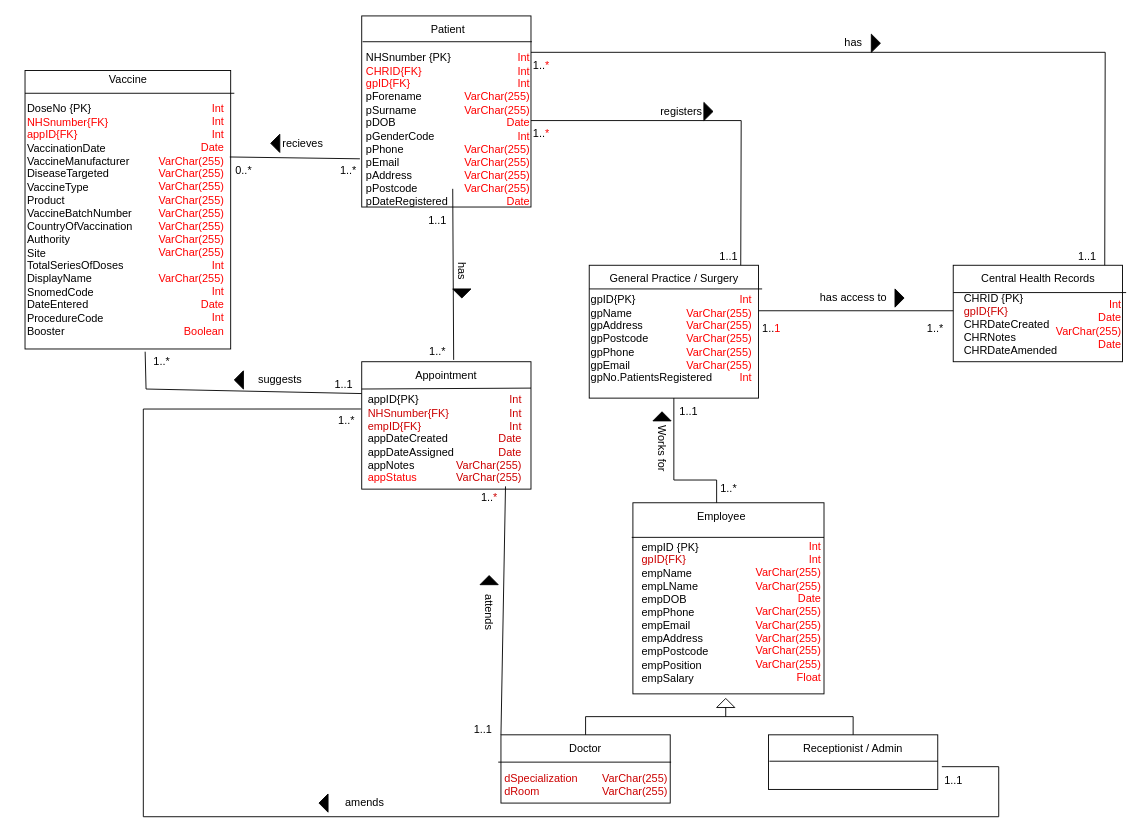
This is Logical-ERD-Diagram.drawio from JManikiza/SoftwareDevelopment-Group-E-Project, a draw.io file, before an edit. Source tidied: cells renumbered, new cells numbered last; positions are measured from the earlier drawing's top-left corner, leaving out a move shared by most shapes. Both pictures are drawn from the tidied source at 91%, with x=0, y=0 at pixel (15, 15).
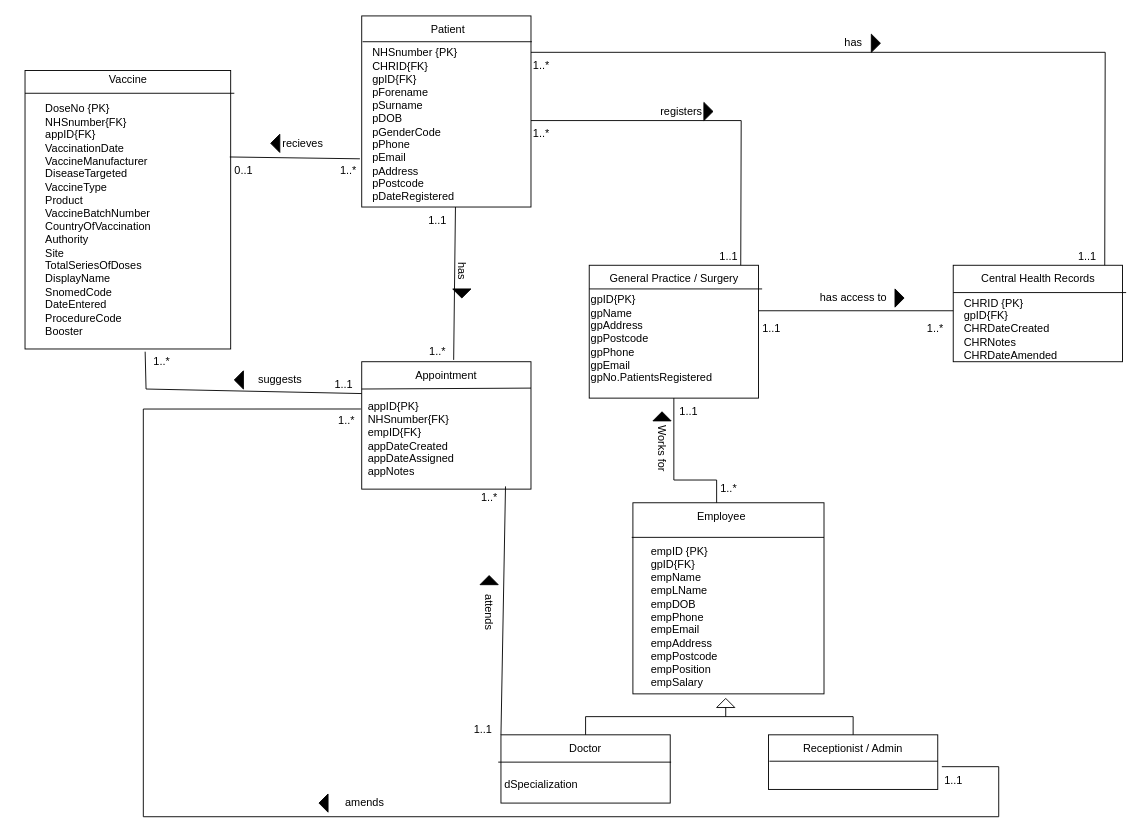
After the change.

Unchanged cells that the change refers to:
```xml
<mxCell id="19" value="Appointment" style="text;html=1;strokeColor=none;fillColor=none;align=center;verticalAlign=middle;whiteSpace=wrap;rounded=0;" parent="1" vertex="1">
  <mxGeometry x="413" y="380" width="120" height="30" as="geometry" />
</mxCell>
<mxCell id="46" value="1..1" style="text;html=1;align=center;verticalAlign=middle;points=[];strokeColor=none;fillColor=none;" parent="1" vertex="1">
  <mxGeometry x="443" y="210" width="40" height="30" as="geometry" />
</mxCell>
```

What changed in the source:
```diff
@@
-    <mxCell id="22" value="1..&lt;font color=&quot;#FF0000&quot;&gt;1&lt;/font&gt;" style="text;html=1;align=center;verticalAlign=middle;strokeColor=none;fillColor=none;" parent="1" vertex="1">
+    <mxCell id="22" value="1..1" style="text;html=1;align=center;verticalAlign=middle;strokeColor=none;fillColor=none;" parent="1" vertex="1">
       <mxGeometry x="810" y="329" width="40" height="30" as="geometry" />
     </mxCell>
@@
-    <mxCell id="24" style="endArrow=none;html=1;rounded=0;entryX=0.567;entryY=-0.067;entryDx=0;entryDy=0;entryPerimeter=0;endFill=0;" parent="1" edge="1" target="19">
-      <mxGeometry relative="1" as="geometry">
-        <mxPoint x="480" y="190" as="sourcePoint" />
-      </mxGeometry>
+    <mxCell id="24" style="endArrow=none;html=1;rounded=0;entryX=0.567;entryY=-0.067;entryDx=0;entryDy=0;entryPerimeter=0;endFill=0;exitX=1;exitY=0;exitDx=0;exitDy=0;exitPerimeter=0;" parent="1" edge="1" source="46" target="19">
+      <mxGeometry relative="1" as="geometry" />
     </mxCell>
@@
-    <mxCell id="34" value="1..&lt;font color=&quot;#CC0000&quot;&gt;*&lt;/font&gt;" style="text;html=1;align=center;verticalAlign=middle;points=[];strokeColor=none;fillColor=none;" parent="1" vertex="1">
+    <mxCell id="34" value="1..*" style="text;html=1;align=center;verticalAlign=middle;points=[];strokeColor=none;fillColor=none;" parent="1" vertex="1">
       <mxGeometry x="500" y="515" width="40" height="30" as="geometry" />
     </mxCell>
@@
-    <mxCell id="40" value="1..&lt;font color=&quot;#FF0000&quot;&gt;*&lt;/font&gt;" style="text;html=1;align=center;verticalAlign=middle;strokeColor=none;fillColor=none;" parent="1" vertex="1">
+    <mxCell id="40" value="1..*" style="text;html=1;align=center;verticalAlign=middle;strokeColor=none;fillColor=none;" parent="1" vertex="1">
       <mxGeometry x="556.5" y="40" width="40" height="30" as="geometry" />
     </mxCell>
@@
-    <mxCell id="42" value="&lt;div&gt;NHSnumber {PK}&lt;/div&gt;&lt;div&gt;&lt;font color=&quot;#FF0000&quot;&gt;CHRID{FK}&lt;/font&gt;&lt;/div&gt;&lt;div&gt;&lt;font color=&quot;#FF0000&quot;&gt;gpID{FK}&lt;/font&gt;&lt;br&gt;&lt;/div&gt;&lt;div&gt;pForename&lt;/div&gt;&lt;div&gt;pSurname&lt;/div&gt;&lt;div&gt;pDOB&lt;br&gt;&lt;/div&gt;&lt;div&gt;pGenderCode&lt;br style=&quot;border-color: var(--border-color);&quot;&gt;&lt;/div&gt;&lt;div&gt;pPhone&lt;br&gt;pEmail&lt;br&gt;pAddress&lt;/div&gt;&lt;div&gt;pPostcode&lt;/div&gt;&lt;div&gt;pDateRegistered&lt;br&gt;&lt;/div&gt;" style="text;html=1;strokeColor=none;fillColor=none;align=left;verticalAlign=middle;whiteSpace=wrap;rounded=0;" parent="1" vertex="1">
-      <mxGeometry x="383" y="90" width="100" height="70" as="geometry" />
+    <mxCell id="42" value="&lt;div&gt;NHSnumber {PK}&lt;/div&gt;&lt;div&gt;CHRID{FK}&lt;/div&gt;&lt;div&gt;gpID{FK}&lt;br&gt;&lt;/div&gt;&lt;div&gt;pForename&lt;/div&gt;&lt;div&gt;pSurname&lt;/div&gt;&lt;div&gt;pDOB&lt;br&gt;&lt;/div&gt;&lt;div&gt;pGenderCode&lt;br style=&quot;border-color: var(--border-color);&quot;&gt;&lt;/div&gt;&lt;div&gt;pPhone&lt;br&gt;pEmail&lt;br&gt;pAddress&lt;/div&gt;&lt;div&gt;pPostcode&lt;/div&gt;&lt;div&gt;pDateRegistered&lt;br&gt;&lt;/div&gt;" style="text;html=1;strokeColor=none;fillColor=none;align=left;verticalAlign=middle;whiteSpace=wrap;rounded=0;" parent="1" vertex="1">
+      <mxGeometry x="390" y="85" width="100" height="70" as="geometry" />
     </mxCell>
-    <mxCell id="43" value="&lt;div&gt;CHRID {PK}&lt;/div&gt;&lt;div&gt;&lt;font color=&quot;#CC0000&quot;&gt;gpID{FK}&lt;/font&gt;&lt;br&gt;&lt;/div&gt;&lt;div&gt;CHRDateCreated&lt;/div&gt;CHRNotes&lt;br&gt;CHRDateAmended" style="text;html=1;align=left;verticalAlign=middle;strokeColor=none;fillColor=none;" parent="1" vertex="1">
-      <mxGeometry x="1040" y="294" width="130" height="90" as="geometry" />
+    <mxCell id="43" value="&lt;div&gt;CHRID {PK}&lt;/div&gt;&lt;div&gt;gpID{FK}&lt;br&gt;&lt;/div&gt;&lt;div&gt;CHRDateCreated&lt;/div&gt;CHRNotes&lt;br&gt;CHRDateAmended" style="text;html=1;align=left;verticalAlign=middle;strokeColor=none;fillColor=none;" parent="1" vertex="1">
+      <mxGeometry x="1040" y="299" width="130" height="90" as="geometry" />
     </mxCell>
-    <mxCell id="44" value="&lt;div align=&quot;left&quot;&gt;appID{PK}&lt;/div&gt;&lt;div align=&quot;left&quot;&gt;&lt;font color=&quot;#CC0000&quot;&gt;NHSnumber{FK}&lt;br&gt;&lt;/font&gt;&lt;/div&gt;&lt;div align=&quot;left&quot;&gt;&lt;font color=&quot;#CC0000&quot;&gt;empID{FK}&lt;/font&gt;&lt;br&gt;&lt;/div&gt;&lt;div align=&quot;left&quot;&gt;appDateCreated&lt;br&gt;appDateAssigned&lt;/div&gt;&lt;div align=&quot;left&quot;&gt;appNotes&lt;/div&gt;&lt;div align=&quot;left&quot;&gt;&lt;font color=&quot;#FF0000&quot;&gt;appStatus&lt;/font&gt;&lt;br&gt;&lt;/div&gt;" style="text;html=1;align=left;verticalAlign=middle;strokeColor=none;fillColor=none;" parent="1" vertex="1">
-      <mxGeometry x="385" y="410" width="120" height="110" as="geometry" />
+    <mxCell id="44" value="&lt;div align=&quot;left&quot;&gt;appID{PK}&lt;/div&gt;&lt;div align=&quot;left&quot;&gt;NHSnumber{FK}&lt;br&gt;&lt;/div&gt;&lt;div align=&quot;left&quot;&gt;empID{FK}&lt;br&gt;&lt;/div&gt;&lt;div align=&quot;left&quot;&gt;appDateCreated&lt;br&gt;appDateAssigned&lt;/div&gt;&lt;div align=&quot;left&quot;&gt;appNotes&lt;/div&gt;" style="text;html=1;align=left;verticalAlign=middle;strokeColor=none;fillColor=none;" parent="1" vertex="1">
+      <mxGeometry x="385" y="415" width="120" height="100" as="geometry" />
     </mxCell>
@@
-    <mxCell id="52" value="1..&lt;font color=&quot;#FF0000&quot;&gt;*&lt;/font&gt;" style="text;html=1;align=center;verticalAlign=middle;strokeColor=none;fillColor=none;" parent="1" vertex="1">
+    <mxCell id="52" value="1..*" style="text;html=1;align=center;verticalAlign=middle;strokeColor=none;fillColor=none;" parent="1" vertex="1">
       <mxGeometry x="556.5" y="115" width="40" height="30" as="geometry" />
     </mxCell>
@@
-    <mxCell id="61" value="&lt;div&gt;&lt;span style=&quot;background-color: initial;&quot;&gt;&lt;br&gt;&lt;/span&gt;&lt;/div&gt;&lt;div align=&quot;left&quot;&gt;&lt;span style=&quot;background-color: initial;&quot;&gt;&lt;br&gt;&lt;/span&gt;&lt;/div&gt;&lt;div align=&quot;left&quot;&gt;&lt;span style=&quot;background-color: initial;&quot;&gt;DoseNo {PK}&amp;nbsp;&amp;nbsp;&amp;nbsp;&amp;nbsp; &lt;br&gt;&lt;/span&gt;&lt;/div&gt;&lt;div align=&quot;left&quot;&gt;&lt;font color=&quot;#FF0000&quot;&gt;&lt;span style=&quot;background-color: initial;&quot;&gt;NHSnumber{FK}&lt;/span&gt;&lt;/font&gt;&lt;/div&gt;&lt;div align=&quot;left&quot;&gt;&lt;span style=&quot;background-color: initial;&quot;&gt;&lt;font color=&quot;#FF0000&quot;&gt;appID{FK}&lt;/font&gt;&lt;br&gt;&lt;/span&gt;&lt;/div&gt;&lt;div align=&quot;left&quot;&gt;&lt;span style=&quot;background-color: initial;&quot;&gt;VaccinationDate&lt;/span&gt;&lt;br&gt;&lt;/div&gt;&lt;div align=&quot;left&quot;&gt;&lt;span style=&quot;background-color: initial;&quot;&gt;VaccineManufacturer&lt;/span&gt;&lt;/div&gt;&lt;div align=&quot;left&quot;&gt;&lt;span style=&quot;background-color: initial;&quot;&gt;DiseaseTargeted&lt;/span&gt;&lt;/div&gt;&lt;div align=&quot;left&quot;&gt;&lt;span style=&quot;background-color: initial;&quot;&gt;VaccineType&lt;/span&gt;&lt;/div&gt;&lt;div align=&quot;left&quot;&gt;&lt;span style=&quot;background-color: initial;&quot;&gt;Product&amp;nbsp;&lt;/span&gt;&lt;/div&gt;&lt;div align=&quot;left&quot;&gt;&lt;span style=&quot;background-color: initial;&quot;&gt;VaccineBatchNumber&lt;/span&gt;&lt;/div&gt;&lt;div align=&quot;left&quot;&gt;&lt;span style=&quot;background-color: initial;&quot;&gt;CountryOfVaccination&lt;/span&gt;&lt;/div&gt;&lt;div align=&quot;left&quot;&gt;&lt;span style=&quot;background-color: initial;&quot;&gt;Authority&lt;/span&gt;&lt;/div&gt;&lt;div align=&quot;left&quot;&gt;&lt;span style=&quot;background-color: initial;&quot;&gt;Site&lt;/span&gt;&lt;/div&gt;&lt;div align=&quot;left&quot;&gt;&lt;span style=&quot;background-color: initial;&quot;&gt;TotalSeriesOfDoses&lt;/span&gt;&lt;/div&gt;&lt;div align=&quot;left&quot;&gt;&lt;span style=&quot;background-color: initial;&quot;&gt;DisplayName&lt;/span&gt;&lt;/div&gt;&lt;div align=&quot;left&quot;&gt;&lt;span style=&quot;background-color: initial;&quot;&gt;SnomedCode&lt;/span&gt;&lt;/div&gt;&lt;div align=&quot;left&quot;&gt;&lt;span style=&quot;background-color: initial;&quot;&gt;DateEntered&lt;/span&gt;&lt;/div&gt;&lt;div align=&quot;left&quot;&gt;&lt;span style=&quot;background-color: initial;&quot;&gt;ProcedureCode&lt;/span&gt;&lt;/div&gt;&lt;div align=&quot;left&quot;&gt;&lt;span style=&quot;background-color: initial;&quot;&gt;Booster&lt;/span&gt;&lt;/div&gt;" style="text;html=1;align=center;verticalAlign=middle;strokeColor=none;fillColor=none;" parent="1" vertex="1">
-      <mxGeometry y="60" width="140" height="300" as="geometry" />
+    <mxCell id="61" value="&lt;div&gt;&lt;span style=&quot;background-color: initial;&quot;&gt;&lt;br&gt;&lt;/span&gt;&lt;/div&gt;&lt;div align=&quot;left&quot;&gt;&lt;span style=&quot;background-color: initial;&quot;&gt;&lt;br&gt;&lt;/span&gt;&lt;/div&gt;&lt;div align=&quot;left&quot;&gt;&lt;span style=&quot;background-color: initial;&quot;&gt;DoseNo {PK}&amp;nbsp;&amp;nbsp;&amp;nbsp;&amp;nbsp; &lt;br&gt;&lt;/span&gt;&lt;/div&gt;&lt;div align=&quot;left&quot;&gt;&lt;span style=&quot;background-color: initial;&quot;&gt;NHSnumber{FK}&lt;/span&gt;&lt;/div&gt;&lt;div align=&quot;left&quot;&gt;&lt;span style=&quot;background-color: initial;&quot;&gt;appID{FK}&lt;br&gt;&lt;/span&gt;&lt;/div&gt;&lt;div align=&quot;left&quot;&gt;&lt;span style=&quot;background-color: initial;&quot;&gt;VaccinationDate&lt;/span&gt;&lt;br&gt;&lt;/div&gt;&lt;div align=&quot;left&quot;&gt;&lt;span style=&quot;background-color: initial;&quot;&gt;VaccineManufacturer&lt;/span&gt;&lt;/div&gt;&lt;div align=&quot;left&quot;&gt;&lt;span style=&quot;background-color: initial;&quot;&gt;DiseaseTargeted&lt;/span&gt;&lt;/div&gt;&lt;div align=&quot;left&quot;&gt;&lt;span style=&quot;background-color: initial;&quot;&gt;VaccineType&lt;/span&gt;&lt;/div&gt;&lt;div align=&quot;left&quot;&gt;&lt;span style=&quot;background-color: initial;&quot;&gt;Product&amp;nbsp;&lt;/span&gt;&lt;/div&gt;&lt;div align=&quot;left&quot;&gt;&lt;span style=&quot;background-color: initial;&quot;&gt;VaccineBatchNumber&lt;/span&gt;&lt;/div&gt;&lt;div align=&quot;left&quot;&gt;&lt;span style=&quot;background-color: initial;&quot;&gt;CountryOfVaccination&lt;/span&gt;&lt;/div&gt;&lt;div align=&quot;left&quot;&gt;&lt;span style=&quot;background-color: initial;&quot;&gt;Authority&lt;/span&gt;&lt;/div&gt;&lt;div align=&quot;left&quot;&gt;&lt;span style=&quot;background-color: initial;&quot;&gt;Site&lt;/span&gt;&lt;/div&gt;&lt;div align=&quot;left&quot;&gt;&lt;span style=&quot;background-color: initial;&quot;&gt;TotalSeriesOfDoses&lt;/span&gt;&lt;/div&gt;&lt;div align=&quot;left&quot;&gt;&lt;span style=&quot;background-color: initial;&quot;&gt;DisplayName&lt;/span&gt;&lt;/div&gt;&lt;div align=&quot;left&quot;&gt;&lt;span style=&quot;background-color: initial;&quot;&gt;SnomedCode&lt;/span&gt;&lt;/div&gt;&lt;div align=&quot;left&quot;&gt;&lt;span style=&quot;background-color: initial;&quot;&gt;DateEntered&lt;/span&gt;&lt;/div&gt;&lt;div align=&quot;left&quot;&gt;&lt;span style=&quot;background-color: initial;&quot;&gt;ProcedureCode&lt;/span&gt;&lt;/div&gt;&lt;div align=&quot;left&quot;&gt;&lt;span style=&quot;background-color: initial;&quot;&gt;Booster&lt;/span&gt;&lt;/div&gt;" style="text;html=1;align=center;verticalAlign=middle;strokeColor=none;fillColor=none;" parent="1" vertex="1">
+      <mxGeometry x="20" y="60" width="140" height="300" as="geometry" />
     </mxCell>
@@
-    <mxCell id="70" value="0..*" style="text;html=1;align=center;verticalAlign=middle;strokeColor=none;fillColor=none;" parent="1" vertex="1">
+    <mxCell id="70" value="0..1" style="text;html=1;align=center;verticalAlign=middle;strokeColor=none;fillColor=none;" parent="1" vertex="1">
       <mxGeometry x="230" y="155" width="40" height="30" as="geometry" />
     </mxCell>
@@
-    <mxCell id="72" value="&lt;div align=&quot;right&quot;&gt;&lt;font color=&quot;#FF0000&quot;&gt;Int&lt;/font&gt;&lt;/div&gt;&lt;div align=&quot;right&quot;&gt;&lt;font color=&quot;#FF0000&quot;&gt;Int&lt;/font&gt;&lt;/div&gt;&lt;div align=&quot;right&quot;&gt;&lt;font color=&quot;#FF0000&quot;&gt;Int&lt;/font&gt;&lt;/div&gt;&lt;div align=&quot;right&quot;&gt;&lt;font color=&quot;#FF0000&quot;&gt;Date&lt;/font&gt;&lt;/div&gt;&lt;div align=&quot;right&quot;&gt;&lt;font color=&quot;#FF0000&quot;&gt;VarChar(255)&lt;/font&gt;&lt;/div&gt;&lt;div align=&quot;right&quot;&gt;&lt;font color=&quot;#FF0000&quot;&gt;VarChar(255)&lt;/font&gt;&lt;/div&gt;&lt;div align=&quot;right&quot;&gt;&lt;font color=&quot;#FF0000&quot;&gt;VarChar(255)&lt;/font&gt;&lt;/div&gt;&lt;div align=&quot;right&quot;&gt;&lt;font color=&quot;#FF0000&quot;&gt;VarChar(255)&lt;/font&gt;&lt;/div&gt;&lt;div align=&quot;right&quot;&gt;&lt;font color=&quot;#FF0000&quot;&gt;VarChar(255)&lt;/font&gt;&lt;/div&gt;&lt;div align=&quot;right&quot;&gt;&lt;font color=&quot;#FF0000&quot;&gt;VarChar(255)&lt;/font&gt;&lt;/div&gt;&lt;div align=&quot;right&quot;&gt;&lt;font color=&quot;#FF0000&quot;&gt;VarChar(255)&lt;/font&gt;&lt;/div&gt;&lt;div align=&quot;right&quot;&gt;&lt;font color=&quot;#FF0000&quot;&gt;VarChar(255)&lt;/font&gt;&lt;/div&gt;&lt;div align=&quot;right&quot;&gt;&lt;font color=&quot;#FF0000&quot;&gt;Int&lt;/font&gt;&lt;/div&gt;&lt;div align=&quot;right&quot;&gt;&lt;font color=&quot;#FF0000&quot;&gt;VarChar(255)&lt;/font&gt;&lt;/div&gt;&lt;div align=&quot;right&quot;&gt;&lt;font color=&quot;#FF0000&quot;&gt;Int&lt;/font&gt;&lt;/div&gt;&lt;div align=&quot;right&quot;&gt;&lt;font color=&quot;#FF0000&quot;&gt;Date&lt;/font&gt;&lt;/div&gt;&lt;div align=&quot;right&quot;&gt;&lt;font color=&quot;#FF0000&quot;&gt;Int&lt;/font&gt;&lt;/div&gt;&lt;div align=&quot;right&quot;&gt;&lt;font color=&quot;#FF0000&quot;&gt;Boolean&lt;br&gt;&lt;/font&gt;&lt;/div&gt;" style="text;html=1;align=right;verticalAlign=middle;strokeColor=none;fillColor=none;" parent="1" vertex="1">
-      <mxGeometry x="130" y="89" width="100" height="270" as="geometry" />
-    </mxCell>
-    <mxCell id="73" value="&lt;div&gt;&lt;font color=&quot;#FF0000&quot;&gt;Int&lt;/font&gt;&lt;/div&gt;&lt;div&gt;&lt;font color=&quot;#FF0000&quot;&gt;Int&lt;/font&gt;&lt;/div&gt;&lt;div&gt;&lt;font color=&quot;#FF0000&quot;&gt;Int&lt;br&gt;&lt;/font&gt;&lt;/div&gt;&lt;div&gt;&lt;font color=&quot;#FF0000&quot;&gt;VarChar(255)&lt;/font&gt;&lt;/div&gt;&lt;div&gt;&lt;font color=&quot;#FF0000&quot;&gt;VarChar(255)&lt;/font&gt;&lt;/div&gt;&lt;div&gt;&lt;font color=&quot;#FF0000&quot;&gt;Date&lt;/font&gt;&lt;/div&gt;&lt;div&gt;&lt;font color=&quot;#FF0000&quot;&gt;Int&lt;/font&gt;&lt;/div&gt;&lt;div&gt;&lt;font color=&quot;#FF0000&quot;&gt;VarChar(255)&lt;/font&gt;&lt;/div&gt;&lt;div&gt;&lt;font color=&quot;#FF0000&quot;&gt;VarChar(255)&lt;/font&gt;&lt;/div&gt;&lt;div&gt;&lt;font color=&quot;#FF0000&quot;&gt;VarChar(255)&lt;/font&gt;&lt;/div&gt;&lt;div&gt;&lt;font color=&quot;#FF0000&quot;&gt;VarChar(255)&lt;/font&gt;&lt;/div&gt;&lt;div&gt;&lt;font color=&quot;#FF0000&quot;&gt;Date&lt;br&gt;&lt;/font&gt;&lt;/div&gt;" style="text;html=1;align=right;verticalAlign=middle;strokeColor=none;fillColor=none;" parent="1" vertex="1">
-      <mxGeometry x="466" y="30" width="100" height="190" as="geometry" />
-    </mxCell>
-    <mxCell id="74" value="&lt;div align=&quot;right&quot;&gt;&lt;font color=&quot;#FF0000&quot;&gt;Int&lt;/font&gt;&lt;/div&gt;&lt;div align=&quot;right&quot;&gt;&lt;font color=&quot;#FF0000&quot;&gt;Date&lt;/font&gt;&lt;/div&gt;&lt;div align=&quot;right&quot;&gt;&lt;font color=&quot;#FF0000&quot;&gt;VarChar(255)&lt;/font&gt;&lt;/div&gt;&lt;div align=&quot;right&quot;&gt;&lt;font color=&quot;#FF0000&quot;&gt;Date&lt;br&gt;&lt;/font&gt;&lt;/div&gt;" style="text;html=1;align=right;verticalAlign=middle;strokeColor=none;fillColor=none;" parent="1" vertex="1">
-      <mxGeometry x="1116" y="304" width="100" height="70" as="geometry" />
-    </mxCell>
-    <mxCell id="75" value="&lt;div align=&quot;right&quot;&gt;&lt;font color=&quot;#FF0000&quot;&gt;Int&lt;/font&gt;&lt;/div&gt;&lt;div align=&quot;right&quot;&gt;&lt;font color=&quot;#FF0000&quot;&gt;VarChar(255)&lt;/font&gt;&lt;/div&gt;&lt;div align=&quot;right&quot;&gt;&lt;font color=&quot;#FF0000&quot;&gt;VarChar(255)&lt;/font&gt;&lt;/div&gt;&lt;div align=&quot;right&quot;&gt;&lt;font color=&quot;#FF0000&quot;&gt;VarChar(255)&lt;/font&gt;&lt;/div&gt;&lt;div align=&quot;right&quot;&gt;&lt;font color=&quot;#FF0000&quot;&gt;VarChar(255)&lt;/font&gt;&lt;/div&gt;&lt;div align=&quot;right&quot;&gt;&lt;font color=&quot;#FF0000&quot;&gt;VarChar(255)&lt;/font&gt;&lt;/div&gt;&lt;div align=&quot;right&quot;&gt;&lt;font color=&quot;#FF0000&quot;&gt;Int&lt;br&gt;&lt;/font&gt;&lt;/div&gt;" style="text;html=1;align=right;verticalAlign=middle;strokeColor=none;fillColor=none;" parent="1" vertex="1">
-      <mxGeometry x="710" y="300" width="100" height="110" as="geometry" />
-    </mxCell>
@@
-    <mxCell id="80" value="&lt;div align=&quot;left&quot;&gt;empID {PK}&lt;/div&gt;&lt;div align=&quot;left&quot;&gt;&lt;font color=&quot;#CC0000&quot;&gt;gpID{FK}&lt;/font&gt;&lt;br&gt;&lt;/div&gt;&lt;div align=&quot;left&quot;&gt;empName&lt;/div&gt;&lt;div align=&quot;left&quot;&gt;empLName&lt;/div&gt;&lt;div align=&quot;left&quot;&gt;empDOB&lt;/div&gt;&lt;div align=&quot;left&quot;&gt;empPhone&lt;/div&gt;&lt;div align=&quot;left&quot;&gt;empEmail&lt;/div&gt;&lt;div align=&quot;left&quot;&gt;empAddress&lt;/div&gt;&lt;div align=&quot;left&quot;&gt;empPostcode&lt;/div&gt;&lt;div align=&quot;left&quot;&gt;empPosition&lt;br&gt;empSalary&lt;br&gt;&lt;/div&gt;" style="text;html=1;align=left;verticalAlign=top;strokeColor=none;fillColor=none;" parent="1" vertex="1">
-      <mxGeometry x="686" y="570" width="100" height="170" as="geometry" />
+    <mxCell id="80" value="&lt;div align=&quot;left&quot;&gt;empID {PK}&lt;/div&gt;&lt;div align=&quot;left&quot;&gt;gpID{FK}&lt;br&gt;&lt;/div&gt;&lt;div align=&quot;left&quot;&gt;empName&lt;/div&gt;&lt;div align=&quot;left&quot;&gt;empLName&lt;/div&gt;&lt;div align=&quot;left&quot;&gt;empDOB&lt;/div&gt;&lt;div align=&quot;left&quot;&gt;empPhone&lt;/div&gt;&lt;div align=&quot;left&quot;&gt;empEmail&lt;/div&gt;&lt;div align=&quot;left&quot;&gt;empAddress&lt;/div&gt;&lt;div align=&quot;left&quot;&gt;empPostcode&lt;/div&gt;&lt;div align=&quot;left&quot;&gt;empPosition&lt;br&gt;empSalary&lt;br&gt;&lt;/div&gt;" style="text;html=1;align=left;verticalAlign=top;strokeColor=none;fillColor=none;" parent="1" vertex="1">
+      <mxGeometry x="696" y="575" width="100" height="170" as="geometry" />
     </mxCell>
-    <mxCell id="81" value="&lt;div align=&quot;left&quot;&gt;&lt;font color=&quot;#CC0000&quot;&gt;dSpecialization&lt;/font&gt;&lt;/div&gt;&lt;div align=&quot;left&quot;&gt;&lt;font color=&quot;#CC0000&quot;&gt;dRoom&lt;br&gt;&lt;/font&gt;&lt;/div&gt;" style="text;html=1;align=left;verticalAlign=middle;strokeColor=none;fillColor=none;" parent="1" vertex="1">
-      <mxGeometry x="535" y="825" width="110" height="40" as="geometry" />
+    <mxCell id="81" value="&lt;div align=&quot;left&quot;&gt;dSpecialization&lt;/div&gt;" style="text;html=1;align=left;verticalAlign=middle;strokeColor=none;fillColor=none;" parent="1" vertex="1">
+      <mxGeometry x="535" y="830" width="110" height="30" as="geometry" />
     </mxCell>
-    <mxCell id="82" value="&lt;div align=&quot;right&quot;&gt;&lt;font color=&quot;#FF0000&quot;&gt;Int&lt;/font&gt;&lt;/div&gt;&lt;div align=&quot;right&quot;&gt;&lt;font color=&quot;#FF0000&quot;&gt;Int&lt;/font&gt;&lt;/div&gt;&lt;div align=&quot;right&quot;&gt;&lt;font color=&quot;#FF0000&quot;&gt;VarChar(255)&lt;/font&gt;&lt;/div&gt;&lt;div align=&quot;right&quot;&gt;&lt;font color=&quot;#FF0000&quot;&gt;VarChar(255)&lt;/font&gt;&lt;/div&gt;&lt;div align=&quot;right&quot;&gt;&lt;font color=&quot;#FF0000&quot;&gt;Date&lt;/font&gt;&lt;/div&gt;&lt;div align=&quot;right&quot;&gt;&lt;font color=&quot;#FF0000&quot;&gt;VarChar(255)&lt;/font&gt;&lt;/div&gt;&lt;div align=&quot;right&quot;&gt;&lt;font color=&quot;#FF0000&quot;&gt;VarChar(255)&lt;/font&gt;&lt;/div&gt;&lt;div align=&quot;right&quot;&gt;&lt;font color=&quot;#FF0000&quot;&gt;VarChar(255)&lt;/font&gt;&lt;/div&gt;&lt;div align=&quot;right&quot;&gt;&lt;font color=&quot;#FF0000&quot;&gt;VarChar(255)&lt;/font&gt;&lt;/div&gt;&lt;div align=&quot;right&quot;&gt;&lt;font color=&quot;#FF0000&quot;&gt;VarChar(255)&lt;/font&gt;&lt;/div&gt;&lt;div align=&quot;right&quot;&gt;&lt;font color=&quot;#FF0000&quot;&gt;Float&lt;br&gt;&lt;/font&gt;&lt;/div&gt;" style="text;html=1;align=right;verticalAlign=middle;strokeColor=none;fillColor=none;" parent="1" vertex="1">
-      <mxGeometry x="786" y="570" width="100" height="170" as="geometry" />
-    </mxCell>
@@
-    <mxCell id="84" value="&lt;div&gt;&lt;font color=&quot;#CC0000&quot;&gt;VarChar(255)&lt;/font&gt;&lt;/div&gt;&lt;div&gt;&lt;font color=&quot;#CC0000&quot;&gt;VarChar(255)&lt;/font&gt;&lt;/div&gt;" style="text;html=1;align=center;verticalAlign=middle;strokeColor=none;fillColor=none;" parent="1" vertex="1">
-      <mxGeometry x="630" y="825" width="100" height="40" as="geometry" />
-    </mxCell>
-    <mxCell id="85" value="&lt;div align=&quot;right&quot;&gt;&lt;font color=&quot;#CC0000&quot;&gt;Int&lt;/font&gt;&lt;/div&gt;&lt;div align=&quot;right&quot;&gt;&lt;font color=&quot;#CC0000&quot;&gt;Int&lt;br&gt;&lt;/font&gt;&lt;/div&gt;&lt;div align=&quot;right&quot;&gt;&lt;font color=&quot;#CC0000&quot;&gt;Int&lt;/font&gt;&lt;/div&gt;&lt;div align=&quot;right&quot;&gt;&lt;font color=&quot;#CC0000&quot;&gt;Date&lt;/font&gt;&lt;/div&gt;&lt;div align=&quot;right&quot;&gt;&lt;font color=&quot;#CC0000&quot;&gt;Date&lt;/font&gt;&lt;/div&gt;&lt;div align=&quot;right&quot;&gt;&lt;font color=&quot;#CC0000&quot;&gt;VarChar(255)&lt;/font&gt;&lt;/div&gt;&lt;div align=&quot;right&quot;&gt;&lt;font color=&quot;#CC0000&quot;&gt;VarChar(255)&lt;/font&gt;&lt;/div&gt;" style="text;html=1;align=right;verticalAlign=middle;strokeColor=none;fillColor=none;" parent="1" vertex="1">
-      <mxGeometry x="456.5" y="410" width="100" height="110" as="geometry" />
-    </mxCell>
```
